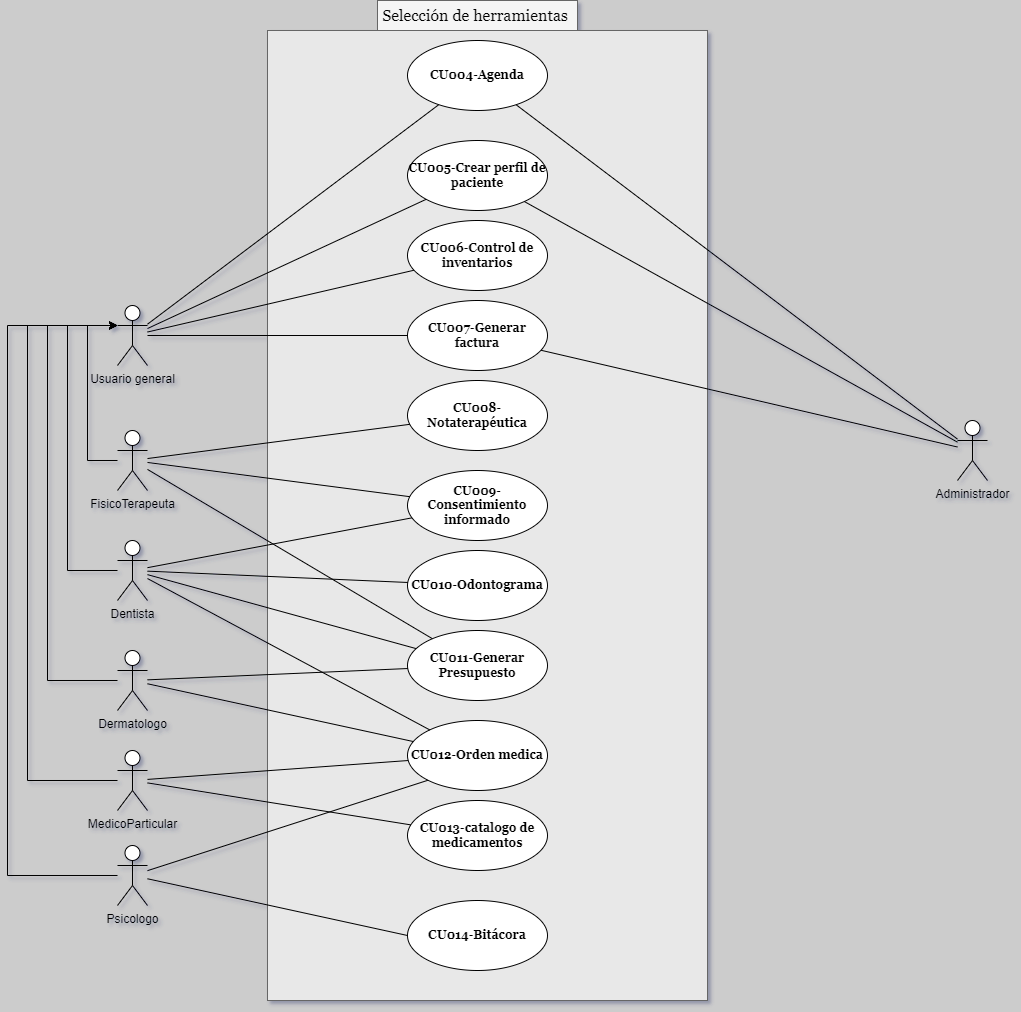
Above: DiagraCasosDeUso/SeleccionDeHerramientas.drawio.png in CH3MOO/SpecialityX (draw.io), before the change. Source tidied: cells renumbered, new cells last; positions are measured from the earlier drawing's top-left corner, leaving out a move shared by most shapes.
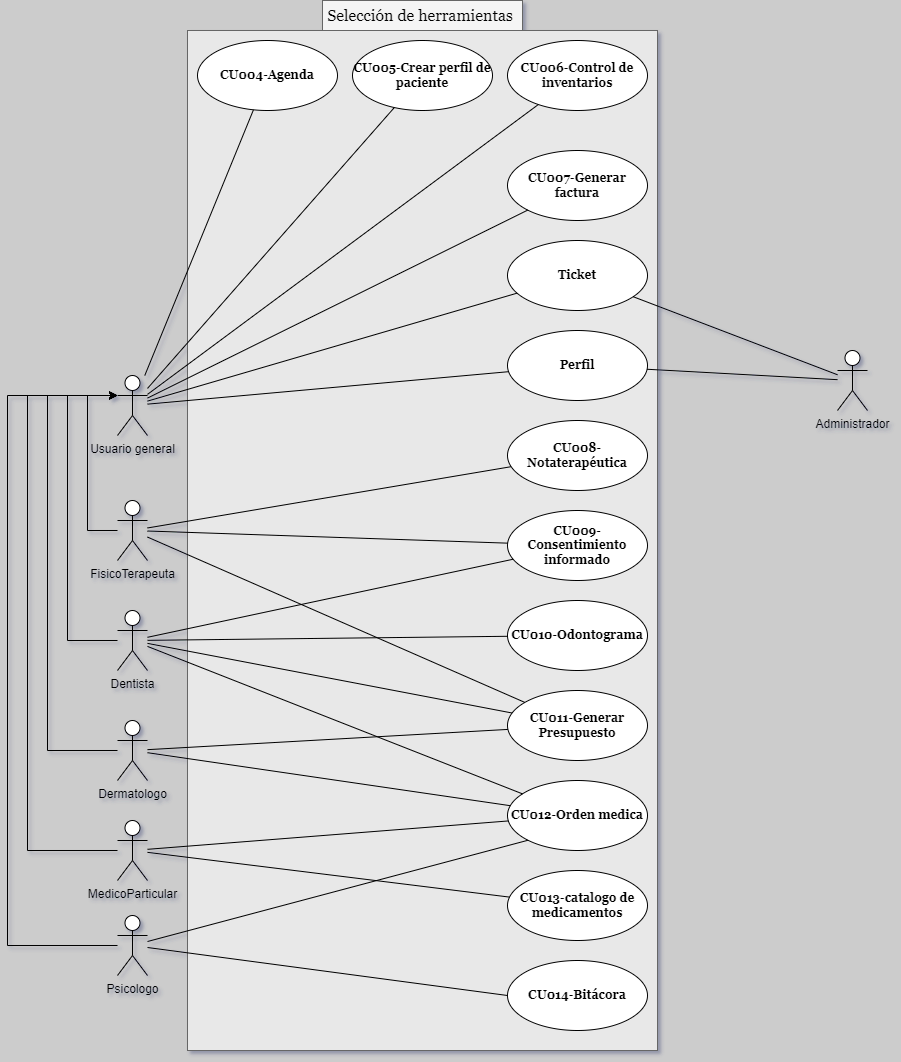
The same file after the commit.

Change to the diagram source:
```diff
@@ -3,48 +3,48 @@
     <mxCell id="0" />
     <mxCell id="1" parent="0" />
     <mxCell id="2" value="Usuario general" style="shape=umlActor;verticalLabelPosition=bottom;verticalAlign=top;html=1;" parent="1" vertex="1">
-      <mxGeometry x="110" y="305" width="30" height="60" as="geometry" />
+      <mxGeometry x="190" y="305" width="30" height="60" as="geometry" />
     </mxCell>
     <mxCell id="3" value="Psicologo" style="shape=umlActor;verticalLabelPosition=bottom;verticalAlign=top;html=1;" parent="1" vertex="1">
-      <mxGeometry x="110" y="845" width="30" height="60" as="geometry" />
+      <mxGeometry x="190" y="845" width="30" height="60" as="geometry" />
     </mxCell>
     <mxCell id="4" style="edgeStyle=orthogonalEdgeStyle;rounded=0;jettySize=auto;html=1;entryX=0;entryY=0.3333333333333333;entryDx=0;entryDy=0;entryPerimeter=0;" parent="1" edge="1" source="5" target="2">
       <mxGeometry relative="1" as="geometry">
         <Array as="points">
-          <mxPoint x="40" y="680" />
-          <mxPoint x="40" y="325" />
+          <mxPoint x="120" y="680" />
+          <mxPoint x="120" y="325" />
         </Array>
       </mxGeometry>
     </mxCell>
     <mxCell id="5" value="Dermatologo" style="shape=umlActor;verticalLabelPosition=bottom;verticalAlign=top;html=1;" parent="1" vertex="1">
-      <mxGeometry x="110" y="650" width="30" height="60" as="geometry" />
+      <mxGeometry x="190" y="650" width="30" height="60" as="geometry" />
     </mxCell>
     <mxCell id="6" value="Dentista" style="shape=umlActor;verticalLabelPosition=bottom;verticalAlign=top;html=1;" parent="1" vertex="1">
-      <mxGeometry x="110" y="540" width="30" height="60" as="geometry" />
+      <mxGeometry x="190" y="540" width="30" height="60" as="geometry" />
     </mxCell>
     <mxCell id="7" value="FisicoTerapeuta" style="shape=umlActor;verticalLabelPosition=bottom;verticalAlign=top;html=1;" parent="1" vertex="1">
-      <mxGeometry x="110" y="430" width="30" height="60" as="geometry" />
+      <mxGeometry x="190" y="430" width="30" height="60" as="geometry" />
     </mxCell>
     <mxCell id="8" value="MedicoParticular" style="shape=umlActor;verticalLabelPosition=bottom;verticalAlign=top;html=1;" parent="1" vertex="1">
-      <mxGeometry x="110" y="750" width="30" height="60" as="geometry" />
+      <mxGeometry x="190" y="750" width="30" height="60" as="geometry" />
     </mxCell>
     <mxCell id="9" style="rounded=0;whiteSpace=wrap;html=1;fillColor=#E8E8E8;strokeColor=#666666;fontColor=#333333;fontFamily=Georgia;fontStyle=1;" parent="1" vertex="1">
-      <mxGeometry x="260" y="30" width="440" height="970" as="geometry" />
+      <mxGeometry x="260" y="-40" width="470" height="1020" as="geometry" />
     </mxCell>
     <mxCell id="10" value="Selección de herramientas&amp;nbsp;" style="text;html=1;align=center;verticalAlign=middle;whiteSpace=wrap;rounded=0;fontFamily=Georgia;fontSize=16;fillColor=#f5f5f5;fontColor=#000000;strokeColor=#666666;" parent="1" vertex="1">
-      <mxGeometry x="370" width="200" height="30" as="geometry" />
+      <mxGeometry x="395" y="-70" width="200" height="30" as="geometry" />
     </mxCell>
     <mxCell id="11" value="CU004-Agenda" style="ellipse;whiteSpace=wrap;html=1;fontFamily=Georgia;fontStyle=1;" parent="1" vertex="1">
-      <mxGeometry x="400" y="40" width="140" height="70" as="geometry" />
+      <mxGeometry x="270" y="-30" width="140" height="70" as="geometry" />
     </mxCell>
     <mxCell id="12" value="CU005-Crear perfil de paciente" style="ellipse;whiteSpace=wrap;html=1;fontFamily=Georgia;fontStyle=1;" parent="1" vertex="1">
-      <mxGeometry x="400" y="140" width="140" height="70" as="geometry" />
+      <mxGeometry x="425" y="-30" width="140" height="70" as="geometry" />
     </mxCell>
     <mxCell id="13" value="CU006-Control de inventarios" style="ellipse;whiteSpace=wrap;html=1;fontFamily=Georgia;fontStyle=1;" parent="1" vertex="1">
-      <mxGeometry x="400" y="220" width="140" height="70" as="geometry" />
+      <mxGeometry x="580" y="-30" width="140" height="70" as="geometry" />
     </mxCell>
     <mxCell id="14" value="CU007-Generar factura" style="ellipse;whiteSpace=wrap;html=1;fontFamily=Georgia;fontStyle=1;" parent="1" vertex="1">
-      <mxGeometry x="400" y="300" width="140" height="70" as="geometry" />
+      <mxGeometry x="580" y="80" width="140" height="70" as="geometry" />
     </mxCell>
     <mxCell id="15" style="endArrow=none;html=1;rounded=0;" parent="1" edge="1" source="2" target="11">
       <mxGeometry relative="1" as="geometry" />
@@ -59,16 +59,16 @@
       <mxGeometry relative="1" as="geometry" />
     </mxCell>
     <mxCell id="19" value="CU013-catalogo de medicamentos" style="ellipse;whiteSpace=wrap;html=1;fontFamily=Georgia;fontStyle=1;" parent="1" vertex="1">
-      <mxGeometry x="400" y="800" width="140" height="70" as="geometry" />
+      <mxGeometry x="580" y="800" width="140" height="70" as="geometry" />
     </mxCell>
     <mxCell id="20" style="endArrow=none;html=1;rounded=0;" parent="1" edge="1" source="8" target="19">
       <mxGeometry relative="1" as="geometry" />
     </mxCell>
     <mxCell id="21" value="CU008-Notaterapéutica" style="ellipse;whiteSpace=wrap;html=1;fontFamily=Georgia;fontStyle=1;" parent="1" vertex="1">
-      <mxGeometry x="400" y="380" width="140" height="70" as="geometry" />
+      <mxGeometry x="580" y="350" width="140" height="70" as="geometry" />
     </mxCell>
     <mxCell id="22" value="CU011-Generar Presupuesto" style="ellipse;whiteSpace=wrap;html=1;fontFamily=Georgia;fontStyle=1;" parent="1" vertex="1">
-      <mxGeometry x="400" y="630" width="140" height="70" as="geometry" />
+      <mxGeometry x="580" y="620" width="140" height="70" as="geometry" />
     </mxCell>
     <mxCell id="23" style="endArrow=none;html=1;rounded=0;" parent="1" edge="1" source="7" target="21">
       <mxGeometry relative="1" as="geometry" />
@@ -77,7 +77,7 @@
       <mxGeometry relative="1" as="geometry" />
     </mxCell>
     <mxCell id="25" value="CU010-Odontograma" style="ellipse;whiteSpace=wrap;html=1;fontFamily=Georgia;fontStyle=1;" parent="1" vertex="1">
-      <mxGeometry x="400" y="550" width="140" height="70" as="geometry" />
+      <mxGeometry x="580" y="530" width="140" height="70" as="geometry" />
     </mxCell>
     <mxCell id="26" style="endArrow=none;html=1;rounded=0;" parent="1" edge="1" source="6" target="25">
       <mxGeometry relative="1" as="geometry" />
@@ -89,7 +89,7 @@
       <mxGeometry relative="1" as="geometry" />
     </mxCell>
     <mxCell id="29" value="CU012-Orden medica" style="ellipse;whiteSpace=wrap;html=1;fontFamily=Georgia;fontStyle=1;" parent="1" vertex="1">
-      <mxGeometry x="400" y="720" width="140" height="70" as="geometry" />
+      <mxGeometry x="580" y="710" width="140" height="70" as="geometry" />
     </mxCell>
     <mxCell id="30" style="endArrow=none;html=1;rounded=0;" parent="1" edge="1" source="6" target="29">
       <mxGeometry relative="1" as="geometry" />
@@ -104,7 +104,7 @@
       <mxGeometry relative="1" as="geometry" />
     </mxCell>
     <mxCell id="34" value="CU014-Bitácora" style="ellipse;whiteSpace=wrap;html=1;fontFamily=Georgia;fontStyle=1;" parent="1" vertex="1">
-      <mxGeometry x="400" y="900" width="140" height="70" as="geometry" />
+      <mxGeometry x="580" y="890" width="140" height="70" as="geometry" />
     </mxCell>
     <mxCell id="35" style="endArrow=none;html=1;rounded=0;entryX=0;entryY=0.5;entryDx=0;entryDy=0;" parent="1" edge="1" source="3" target="34">
       <mxGeometry relative="1" as="geometry" />
@@ -112,37 +112,37 @@
     <mxCell id="36" style="edgeStyle=orthogonalEdgeStyle;rounded=0;jettySize=auto;html=1;entryX=0;entryY=0.3333333333333333;entryDx=0;entryDy=0;entryPerimeter=0;" parent="1" edge="1" source="7" target="2">
       <mxGeometry relative="1" as="geometry">
         <Array as="points">
-          <mxPoint x="80" y="460" />
-          <mxPoint x="80" y="325" />
+          <mxPoint x="160" y="460" />
+          <mxPoint x="160" y="325" />
         </Array>
       </mxGeometry>
     </mxCell>
     <mxCell id="37" style="edgeStyle=orthogonalEdgeStyle;rounded=0;jettySize=auto;html=1;entryX=0;entryY=0.3333333333333333;entryDx=0;entryDy=0;entryPerimeter=0;" parent="1" edge="1" source="6" target="2">
       <mxGeometry relative="1" as="geometry">
         <Array as="points">
-          <mxPoint x="60" y="570" />
-          <mxPoint x="60" y="325" />
+          <mxPoint x="140" y="570" />
+          <mxPoint x="140" y="325" />
         </Array>
       </mxGeometry>
     </mxCell>
     <mxCell id="38" style="edgeStyle=orthogonalEdgeStyle;rounded=0;jettySize=auto;html=1;entryX=0;entryY=0.3333333333333333;entryDx=0;entryDy=0;entryPerimeter=0;" parent="1" edge="1" source="8" target="2">
       <mxGeometry relative="1" as="geometry">
         <Array as="points">
-          <mxPoint x="20" y="780" />
-          <mxPoint x="20" y="325" />
+          <mxPoint x="100" y="780" />
+          <mxPoint x="100" y="325" />
         </Array>
       </mxGeometry>
     </mxCell>
     <mxCell id="39" style="edgeStyle=orthogonalEdgeStyle;rounded=0;jettySize=auto;html=1;entryX=0;entryY=0.3333333333333333;entryDx=0;entryDy=0;entryPerimeter=0;" parent="1" edge="1" source="3" target="2">
       <mxGeometry relative="1" as="geometry">
         <Array as="points">
-          <mxPoint y="875" />
-          <mxPoint y="325" />
+          <mxPoint x="80" y="875" />
+          <mxPoint x="80" y="325" />
         </Array>
       </mxGeometry>
     </mxCell>
     <mxCell id="40" value="CU009-Consentimiento informado" style="ellipse;whiteSpace=wrap;html=1;fontFamily=Georgia;fontStyle=1;" parent="1" vertex="1">
-      <mxGeometry x="400" y="470" width="140" height="70" as="geometry" />
+      <mxGeometry x="580" y="440" width="140" height="70" as="geometry" />
     </mxCell>
     <mxCell id="41" style="endArrow=none;html=1;rounded=0;" parent="1" edge="1" source="7" target="40">
       <mxGeometry relative="1" as="geometry" />
@@ -151,16 +151,25 @@
       <mxGeometry relative="1" as="geometry" />
     </mxCell>
     <mxCell id="43" value="Administrador&lt;div&gt;&lt;br&gt;&lt;/div&gt;" style="shape=umlActor;verticalLabelPosition=bottom;verticalAlign=top;html=1;" parent="1" vertex="1">
-      <mxGeometry x="950" y="420" width="30" height="60" as="geometry" />
+      <mxGeometry x="910" y="280" width="30" height="60" as="geometry" />
     </mxCell>
-    <mxCell id="44" style="endArrow=none;html=1;rounded=0;" parent="1" edge="1" source="43" target="11">
-      <mxGeometry relative="1" as="geometry" />
-    </mxCell>
-    <mxCell id="45" style="endArrow=none;html=1;rounded=0;" parent="1" edge="1" source="43" target="14">
-      <mxGeometry relative="1" as="geometry" />
-    </mxCell>
-    <mxCell id="46" style="endArrow=none;html=1;rounded=0;" parent="1" edge="1" source="43" target="12">
-      <mxGeometry relative="1" as="geometry" />
-    </mxCell>
+    <mxCell id="47" value="Ticket" style="ellipse;whiteSpace=wrap;html=1;fontFamily=Georgia;fontStyle=1;" parent="1" vertex="1">
+      <mxGeometry x="580" y="170" width="140" height="70" as="geometry" />
+    </mxCell>
+    <mxCell id="48" style="endArrow=none;html=1;rounded=0;" parent="1" edge="1" source="2" target="47">
+      <mxGeometry relative="1" as="geometry" />
+    </mxCell>
+    <mxCell id="49" value="Perfil" style="ellipse;whiteSpace=wrap;html=1;fontFamily=Georgia;fontStyle=1;" parent="1" vertex="1">
+      <mxGeometry x="580" y="260" width="140" height="70" as="geometry" />
+    </mxCell>
+    <mxCell id="50" style="endArrow=none;html=1;rounded=0;" parent="1" edge="1" source="2" target="49">
+      <mxGeometry relative="1" as="geometry" />
+    </mxCell>
+    <mxCell id="51" style="endArrow=none;html=1;rounded=0;" parent="1" edge="1" source="47" target="43">
+      <mxGeometry relative="1" as="geometry" />
+    </mxCell>
+    <mxCell id="52" style="endArrow=none;html=1;rounded=0;" parent="1" edge="1" source="49" target="43">
+      <mxGeometry relative="1" as="geometry" />
+    </mxCell>
   </root>
 </mxGraphModel>
```
